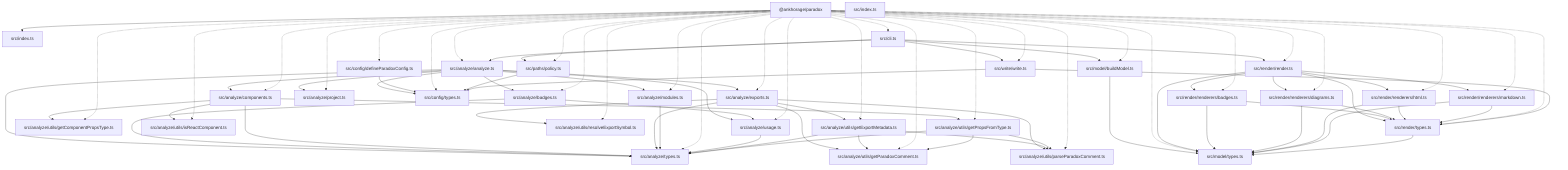
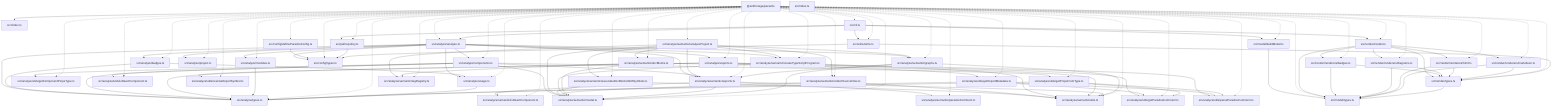
graph TD
  package__ankhorage_paradox["@ankhorage/paradox"]
  entrypoint_src_index_ts["src/index.ts"]
  package__ankhorage_paradox --> entrypoint_src_index_ts
  module_src_analyze_analyze_ts["src/analyze/analyze.ts"]
  package__ankhorage_paradox -.-> module_src_analyze_analyze_ts
  module_src_analyze_analyze_ts --> module_src_analyze_badges_ts
  module_src_analyze_analyze_ts --> module_src_analyze_components_ts
  module_src_analyze_analyze_ts --> module_src_analyze_exports_ts
  module_src_analyze_analyze_ts --> module_src_analyze_modules_ts
  module_src_analyze_analyze_ts --> module_src_analyze_project_ts
+   module_src_analyze_analyze_ts --> module_src_analyze_semantic_createTypeScriptProgram_ts
+   module_src_analyze_analyze_ts --> module_src_analyze_semantic_exports_ts
+   module_src_analyze_analyze_ts --> module_src_analyze_semantic_graphs_ts
  module_src_analyze_analyze_ts --> module_src_analyze_types_ts
  module_src_analyze_analyze_ts --> module_src_analyze_usage_ts
  module_src_analyze_analyze_ts --> module_src_config_types_ts
  module_src_analyze_badges_ts["src/analyze/badges.ts"]
  package__ankhorage_paradox -.-> module_src_analyze_badges_ts
  module_src_analyze_badges_ts --> module_src_analyze_types_ts
  module_src_analyze_badges_ts --> module_src_analyze_usage_ts
  module_src_analyze_components_ts["src/analyze/components.ts"]
  package__ankhorage_paradox -.-> module_src_analyze_components_ts
+   module_src_analyze_components_ts --> module_src_analyze_semantic_exports_ts
+   module_src_analyze_components_ts --> module_src_analyze_semantic_model_ts
  module_src_analyze_components_ts --> module_src_analyze_types_ts
  module_src_analyze_components_ts --> module_src_analyze_utils_getComponentPropsType_ts
  module_src_analyze_components_ts --> module_src_analyze_utils_getPropsFromType_ts
  module_src_analyze_components_ts --> module_src_analyze_utils_isReactComponent_ts
  module_src_analyze_exports_ts["src/analyze/exports.ts"]
  package__ankhorage_paradox -.-> module_src_analyze_exports_ts
  module_src_analyze_exports_ts --> module_src_analyze_types_ts
  module_src_analyze_exports_ts --> module_src_analyze_utils_getExportMetadata_ts
  module_src_analyze_exports_ts --> module_src_analyze_utils_getParadoxComment_ts
  module_src_analyze_exports_ts --> module_src_analyze_utils_parseParadoxComment_ts
  module_src_analyze_exports_ts --> module_src_analyze_utils_resolveExportSymbol_ts
  module_src_analyze_modules_ts["src/analyze/modules.ts"]
  package__ankhorage_paradox -.-> module_src_analyze_modules_ts
  module_src_analyze_modules_ts --> module_src_analyze_types_ts
  module_src_analyze_project_ts["src/analyze/project.ts"]
  package__ankhorage_paradox -.-> module_src_analyze_project_ts
+   module_src_analyze_semantic_analyzeProject_ts["src/analyze/semantic/analyzeProject.ts"]
+   package__ankhorage_paradox -.-> module_src_analyze_semantic_analyzeProject_ts
+   module_src_analyze_semantic_analyzeProject_ts --> module_src_analyze_semantic_associateDocBlocksWithSymbols_ts
+   module_src_analyze_semantic_analyzeProject_ts --> module_src_analyze_semantic_collectSourceFiles_ts
+   module_src_analyze_semantic_analyzeProject_ts --> module_src_analyze_semantic_createTypeScriptProgram_ts
+   module_src_analyze_semantic_analyzeProject_ts --> module_src_analyze_semantic_docBlocks_ts
+   module_src_analyze_semantic_analyzeProject_ts --> module_src_analyze_semantic_exports_ts
+   module_src_analyze_semantic_analyzeProject_ts --> module_src_analyze_semantic_graphs_ts
+   module_src_analyze_semantic_analyzeProject_ts --> module_src_analyze_semantic_model_ts
+   module_src_analyze_semantic_analyzeProject_ts --> module_src_analyze_semantic_tagRegistry_ts
+   module_src_analyze_semantic_associateDocBlocksWithSymbols_ts["src/analyze/semantic/associateDocBlocksWithSymbols.ts"]
+   package__ankhorage_paradox -.-> module_src_analyze_semantic_associateDocBlocksWithSymbols_ts
+   module_src_analyze_semantic_associateDocBlocksWithSymbols_ts --> module_src_analyze_semantic_model_ts
+   module_src_analyze_semantic_associateDocBlocksWithSymbols_ts --> module_src_analyze_semantic_utils_ts
+   module_src_analyze_semantic_collectSourceFiles_ts["src/analyze/semantic/collectSourceFiles.ts"]
+   package__ankhorage_paradox -.-> module_src_analyze_semantic_collectSourceFiles_ts
+   module_src_analyze_semantic_collectSourceFiles_ts --> module_src_analyze_semantic_model_ts
+   module_src_analyze_semantic_collectSourceFiles_ts --> module_src_analyze_semantic_utils_ts
+   module_src_analyze_semantic_createTypeScriptProgram_ts["src/analyze/semantic/createTypeScriptProgram.ts"]
+   package__ankhorage_paradox -.-> module_src_analyze_semantic_createTypeScriptProgram_ts
+   module_src_analyze_semantic_createTypeScriptProgram_ts --> module_src_analyze_semantic_model_ts
+   module_src_analyze_semantic_createTypeScriptProgram_ts --> module_src_analyze_semantic_utils_ts
+   module_src_analyze_semantic_docBlocks_ts["src/analyze/semantic/docBlocks.ts"]
+   package__ankhorage_paradox -.-> module_src_analyze_semantic_docBlocks_ts
+   module_src_analyze_semantic_docBlocks_ts --> module_src_analyze_semantic_model_ts
+   module_src_analyze_semantic_docBlocks_ts --> module_src_analyze_semantic_tagRegistry_ts
+   module_src_analyze_semantic_docBlocks_ts --> module_src_analyze_semantic_utils_ts
+   module_src_analyze_semantic_exports_ts["src/analyze/semantic/exports.ts"]
+   package__ankhorage_paradox -.-> module_src_analyze_semantic_exports_ts
+   module_src_analyze_semantic_exports_ts --> module_src_analyze_semantic_isReactComponent_ts
+   module_src_analyze_semantic_exports_ts --> module_src_analyze_semantic_model_ts
+   module_src_analyze_semantic_exports_ts --> module_src_analyze_semantic_paradoxComment_ts
+   module_src_analyze_semantic_exports_ts --> module_src_analyze_semantic_utils_ts
+   module_src_analyze_semantic_graphs_ts["src/analyze/semantic/graphs.ts"]
+   package__ankhorage_paradox -.-> module_src_analyze_semantic_graphs_ts
+   module_src_analyze_semantic_graphs_ts --> module_src_analyze_semantic_exports_ts
+   module_src_analyze_semantic_graphs_ts --> module_src_analyze_semantic_model_ts
+   module_src_analyze_semantic_graphs_ts --> module_src_analyze_semantic_utils_ts
+   module_src_analyze_semantic_isReactComponent_ts["src/analyze/semantic/isReactComponent.ts"]
+   package__ankhorage_paradox -.-> module_src_analyze_semantic_isReactComponent_ts
+   module_src_analyze_semantic_model_ts["src/analyze/semantic/model.ts"]
+   package__ankhorage_paradox -.-> module_src_analyze_semantic_model_ts
+   module_src_analyze_semantic_paradoxComment_ts["src/analyze/semantic/paradoxComment.ts"]
+   package__ankhorage_paradox -.-> module_src_analyze_semantic_paradoxComment_ts
+   module_src_analyze_semantic_tagRegistry_ts["src/analyze/semantic/tagRegistry.ts"]
+   package__ankhorage_paradox -.-> module_src_analyze_semantic_tagRegistry_ts
+   module_src_analyze_semantic_utils_ts["src/analyze/semantic/utils.ts"]
+   package__ankhorage_paradox -.-> module_src_analyze_semantic_utils_ts
  module_src_analyze_types_ts["src/analyze/types.ts"]
  package__ankhorage_paradox -.-> module_src_analyze_types_ts
  module_src_analyze_usage_ts["src/analyze/usage.ts"]
  package__ankhorage_paradox -.-> module_src_analyze_usage_ts
  module_src_analyze_usage_ts --> module_src_analyze_types_ts
  module_src_analyze_utils_getComponentPropsType_ts["src/analyze/utils/getComponentPropsType.ts"]
  package__ankhorage_paradox -.-> module_src_analyze_utils_getComponentPropsType_ts
  module_src_analyze_utils_getExportMetadata_ts["src/analyze/utils/getExportMetadata.ts"]
  package__ankhorage_paradox -.-> module_src_analyze_utils_getExportMetadata_ts
  module_src_analyze_utils_getExportMetadata_ts --> module_src_analyze_types_ts
  module_src_analyze_utils_getExportMetadata_ts --> module_src_analyze_utils_getParadoxComment_ts
  module_src_analyze_utils_getExportMetadata_ts --> module_src_analyze_utils_parseParadoxComment_ts
  module_src_analyze_utils_getParadoxComment_ts["src/analyze/utils/getParadoxComment.ts"]
  package__ankhorage_paradox -.-> module_src_analyze_utils_getParadoxComment_ts
  module_src_analyze_utils_getPropsFromType_ts["src/analyze/utils/getPropsFromType.ts"]
  package__ankhorage_paradox -.-> module_src_analyze_utils_getPropsFromType_ts
  module_src_analyze_utils_getPropsFromType_ts --> module_src_analyze_types_ts
  module_src_analyze_utils_getPropsFromType_ts --> module_src_analyze_utils_getParadoxComment_ts
  module_src_analyze_utils_getPropsFromType_ts --> module_src_analyze_utils_parseParadoxComment_ts
  module_src_analyze_utils_isReactComponent_ts["src/analyze/utils/isReactComponent.ts"]
  package__ankhorage_paradox -.-> module_src_analyze_utils_isReactComponent_ts
  module_src_analyze_utils_parseParadoxComment_ts["src/analyze/utils/parseParadoxComment.ts"]
  package__ankhorage_paradox -.-> module_src_analyze_utils_parseParadoxComment_ts
  module_src_analyze_utils_resolveExportSymbol_ts["src/analyze/utils/resolveExportSymbol.ts"]
  package__ankhorage_paradox -.-> module_src_analyze_utils_resolveExportSymbol_ts
  module_src_cli_ts["src/cli.ts"]
  package__ankhorage_paradox -.-> module_src_cli_ts
  module_src_cli_ts --> module_src_analyze_analyze_ts
  module_src_cli_ts --> module_src_model_buildModel_ts
  module_src_cli_ts --> module_src_paths_policy_ts
  module_src_cli_ts --> module_src_render_render_ts
  module_src_cli_ts --> module_src_write_write_ts
  module_src_config_defineParadoxConfig_ts["src/config/defineParadoxConfig.ts"]
  package__ankhorage_paradox -.-> module_src_config_defineParadoxConfig_ts
  module_src_config_defineParadoxConfig_ts --> module_src_config_types_ts
  module_src_config_types_ts["src/config/types.ts"]
  package__ankhorage_paradox -.-> module_src_config_types_ts
  module_src_index_ts["src/index.ts"]
  module_src_model_buildModel_ts["src/model/buildModel.ts"]
  package__ankhorage_paradox -.-> module_src_model_buildModel_ts
  module_src_model_buildModel_ts --> module_src_model_types_ts
  module_src_model_types_ts["src/model/types.ts"]
  package__ankhorage_paradox -.-> module_src_model_types_ts
  module_src_paths_policy_ts["src/paths/policy.ts"]
  package__ankhorage_paradox -.-> module_src_paths_policy_ts
  module_src_paths_policy_ts --> module_src_config_types_ts
  module_src_render_render_ts["src/render/render.ts"]
  package__ankhorage_paradox -.-> module_src_render_render_ts
  module_src_render_render_ts --> module_src_model_types_ts
  module_src_render_render_ts --> module_src_render_renderers_badges_ts
  module_src_render_render_ts --> module_src_render_renderers_diagrams_ts
  module_src_render_render_ts --> module_src_render_renderers_html_ts
  module_src_render_render_ts --> module_src_render_renderers_markdown_ts
  module_src_render_render_ts --> module_src_render_types_ts
  module_src_render_renderers_badges_ts["src/render/renderers/badges.ts"]
  package__ankhorage_paradox -.-> module_src_render_renderers_badges_ts
  module_src_render_renderers_badges_ts --> module_src_model_types_ts
  module_src_render_renderers_badges_ts --> module_src_render_types_ts
  module_src_render_renderers_diagrams_ts["src/render/renderers/diagrams.ts"]
  package__ankhorage_paradox -.-> module_src_render_renderers_diagrams_ts
  module_src_render_renderers_diagrams_ts --> module_src_model_types_ts
  module_src_render_renderers_diagrams_ts --> module_src_render_types_ts
  module_src_render_renderers_html_ts["src/render/renderers/html.ts"]
  package__ankhorage_paradox -.-> module_src_render_renderers_html_ts
  module_src_render_renderers_html_ts --> module_src_model_types_ts
  module_src_render_renderers_html_ts --> module_src_render_types_ts
  module_src_render_renderers_markdown_ts["src/render/renderers/markdown.ts"]
  package__ankhorage_paradox -.-> module_src_render_renderers_markdown_ts
  module_src_render_renderers_markdown_ts --> module_src_model_types_ts
  module_src_render_renderers_markdown_ts --> module_src_render_types_ts
  module_src_render_types_ts["src/render/types.ts"]
  package__ankhorage_paradox -.-> module_src_render_types_ts
  module_src_render_types_ts --> module_src_model_types_ts
  module_src_write_write_ts["src/write/write.ts"]
  package__ankhorage_paradox -.-> module_src_write_write_ts
  module_src_write_write_ts --> module_src_config_types_ts
  module_src_write_write_ts --> module_src_render_types_ts
